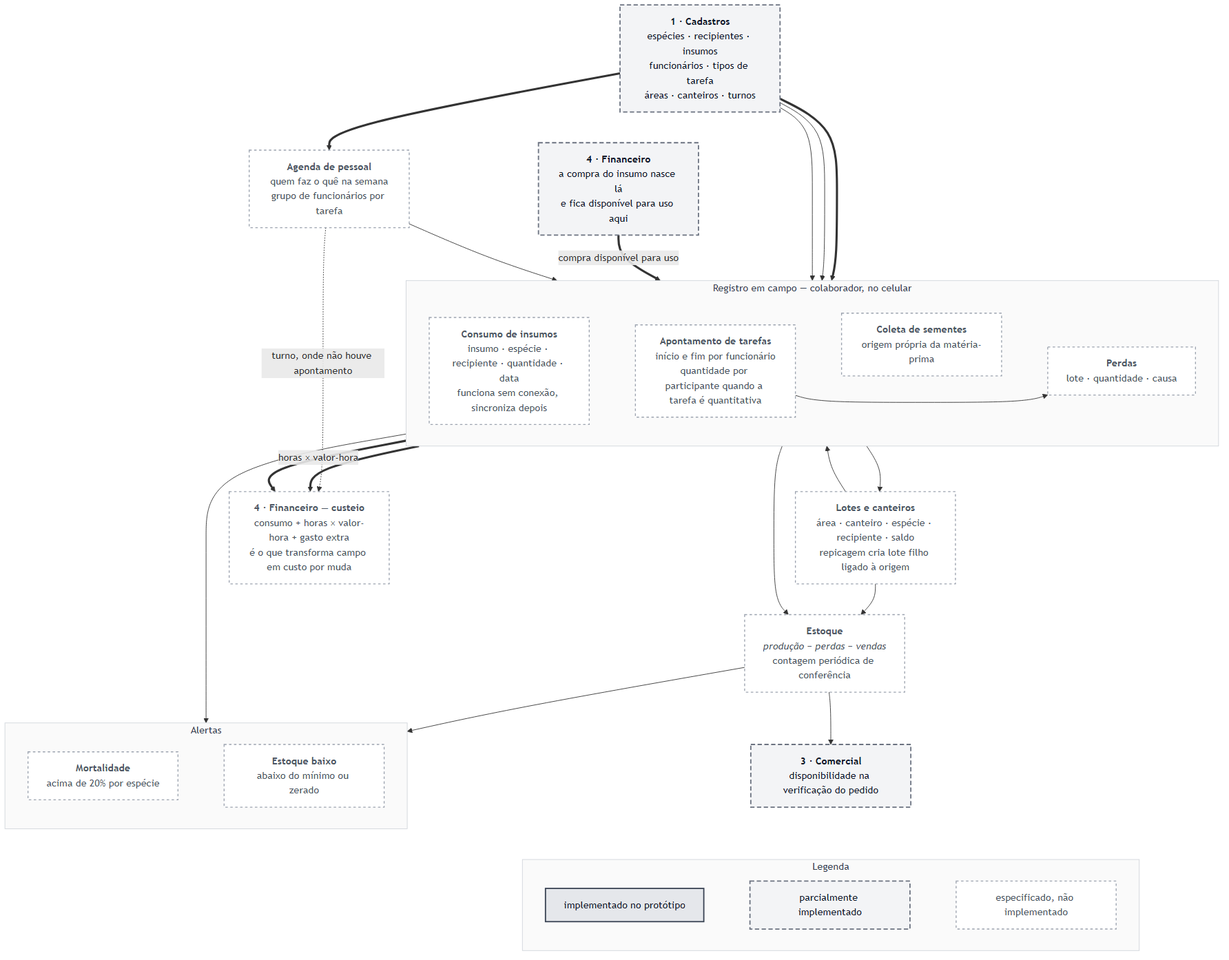
Before: docs/rotinas/img/mapa-2-producao.png, a diagram exported from Mermaid (JoaoMudar/tcc). Its source is kept beside it as docs/rotinas/img/mapa-2-producao.mmd. The source it was exported from:
```mermaid
flowchart TB
  CAD["<b>1 · Cadastros</b><br/>espécies · recipientes · insumos<br/>funcionários · tipos de tarefa<br/>áreas · canteiros · turnos"]
  FIN["<b>4 · Financeiro</b><br/>a compra do insumo nasce lá<br/>e fica disponível para uso aqui"]

  subgraph CAMPO["Registro em campo &mdash; colaborador, no celular"]
    direction LR
    CON["<b>Consumo de insumos</b><br/>insumo · espécie · recipiente · quantidade · data<br/>funciona sem conexão, sincroniza depois"]
    ATV["<b>Apontamento de tarefas</b><br/>início e fim por funcionário<br/>quantidade por participante quando a tarefa é quantitativa"]
    COL["<b>Coleta de sementes</b><br/>origem própria da matéria-prima"]
    PER["<b>Perdas</b><br/>lote · quantidade · causa"]
    CON ~~~ ATV ~~~ COL ~~~ PER
  end

  AGE["<b>Agenda de pessoal</b><br/>quem faz o quê na semana<br/>grupo de funcionários por tarefa"]
  LOT["<b>Lotes e canteiros</b><br/>área · canteiro · espécie · recipiente · saldo<br/>repicagem cria lote filho ligado à origem"]
  EST["<b>Estoque</b><br/><i>produção &minus; perdas &minus; vendas</i><br/>contagem periódica de conferência"]

  subgraph ALE["Alertas"]
    direction LR
    A1["<b>Mortalidade</b><br/>acima de 20% por espécie"]
    A2["<b>Estoque baixo</b><br/>abaixo do mínimo ou zerado"]
    A1 ~~~ A2
  end

  COM["<b>3 · Comercial</b><br/>disponibilidade na verificação do pedido"]
  CUS["<b>4 · Financeiro &mdash; custeio</b><br/>consumo + horas &times; valor-hora + gasto extra<br/>é o que transforma campo em custo por muda"]

  CAD ==> CON
  CAD --> ATV
  CAD --> COL
  CAD ==> AGE
  FIN ==>|"compra disponível para uso"| CON
  AGE --> ATV
  ATV --> LOT
  ATV --> PER
  LOT --> PER
  LOT --> EST
  PER --> EST
  CON ==> CUS
  ATV ==>|"horas &times; valor-hora"| CUS
  AGE -.->|"turno, onde não houve apontamento"| CUS
  PER --> A1
  EST --> A2
  EST --> COM

  subgraph LEG["Legenda"]
    direction LR
    L1["implementado no protótipo"]
    L2["parcialmente implementado"]
    L3["especificado, não implementado"]
    L1 ~~~ L2 ~~~ L3
  end
  COM ~~~ LEG

  classDef ok fill:#dcfce7,stroke:#16a34a,stroke-width:2px,color:#111
  classDef meio fill:#fef3c7,stroke:#d97706,stroke-width:2px,color:#111
  classDef falta fill:#fee2e2,stroke:#dc2626,stroke-width:2px,color:#111
  classDef grupo fill:#f8fafc,stroke:#cbd5e1,stroke-width:1px,color:#334155
  classDef ator fill:#374151,stroke:#111827,stroke-width:2px,color:#f9fafb
  classDef decisao fill:#e2e8f0,stroke:#475569,stroke-width:2px,color:#111

  class L1 ok
  class CAD,FIN,COM,L2 meio
  class CON,COL,ATV,PER,AGE,LOT,EST,A1,A2,CUS,L3 falta
  class CAMPO,ALE,LEG grupo
```
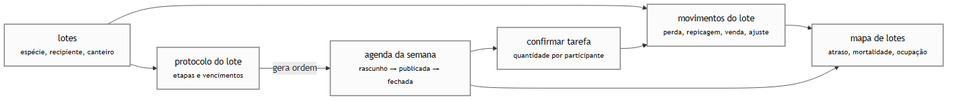
Above is the later version.

What changed in the source:
```diff
@@ -1,65 +1,22 @@
-flowchart TB
-  CAD["<b>1 · Cadastros</b><br/>espécies · recipientes · insumos<br/>funcionários · tipos de tarefa<br/>áreas · canteiros · turnos"]
-  FIN["<b>4 · Financeiro</b><br/>a compra do insumo nasce lá<br/>e fica disponível para uso aqui"]
+flowchart LR
+  AG["agenda da semana<br/><small>rascunho → publicada → fechada</small>"]
+  CF["confirmar tarefa<br/><small>quantidade por participante</small>"]
+  LO["lotes<br/><small>espécie, recipiente, canteiro</small>"]
+  MV["movimentos do lote<br/><small>perda, repicagem, venda, ajuste</small>"]
+  PL["protocolo do lote<br/><small>etapas e vencimentos</small>"]
+  MA["mapa de lotes<br/><small>atraso, mortalidade, ocupação</small>"]
 
-  subgraph CAMPO["Registro em campo &mdash; colaborador, no celular"]
-    direction LR
-    CON["<b>Consumo de insumos</b><br/>insumo · espécie · recipiente · quantidade · data<br/>funciona sem conexão, sincroniza depois"]
-    ATV["<b>Apontamento de tarefas</b><br/>início e fim por funcionário<br/>quantidade por participante quando a tarefa é quantitativa"]
-    COL["<b>Coleta de sementes</b><br/>origem própria da matéria-prima"]
-    PER["<b>Perdas</b><br/>lote · quantidade · causa"]
-    CON ~~~ ATV ~~~ COL ~~~ PER
-  end
-
-  AGE["<b>Agenda de pessoal</b><br/>quem faz o quê na semana<br/>grupo de funcionários por tarefa"]
-  LOT["<b>Lotes e canteiros</b><br/>área · canteiro · espécie · recipiente · saldo<br/>repicagem cria lote filho ligado à origem"]
-  EST["<b>Estoque</b><br/><i>produção &minus; perdas &minus; vendas</i><br/>contagem periódica de conferência"]
-
-  subgraph ALE["Alertas"]
-    direction LR
-    A1["<b>Mortalidade</b><br/>acima de 20% por espécie"]
-    A2["<b>Estoque baixo</b><br/>abaixo do mínimo ou zerado"]
-    A1 ~~~ A2
-  end
-
-  COM["<b>3 · Comercial</b><br/>disponibilidade na verificação do pedido"]
-  CUS["<b>4 · Financeiro &mdash; custeio</b><br/>consumo + horas &times; valor-hora + gasto extra<br/>é o que transforma campo em custo por muda"]
-
-  CAD ==> CON
-  CAD --> ATV
-  CAD --> COL
-  CAD ==> AGE
-  FIN ==>|"compra disponível para uso"| CON
-  AGE --> ATV
-  ATV --> LOT
-  ATV --> PER
-  LOT --> PER
-  LOT --> EST
-  PER --> EST
-  CON ==> CUS
-  ATV ==>|"horas &times; valor-hora"| CUS
-  AGE -.->|"turno, onde não houve apontamento"| CUS
-  PER --> A1
-  EST --> A2
-  EST --> COM
-
-  subgraph LEG["Legenda"]
-    direction LR
-    L1["implementado no protótipo"]
-    L2["parcialmente implementado"]
-    L3["especificado, não implementado"]
-    L1 ~~~ L2 ~~~ L3
-  end
-  COM ~~~ LEG
+  AG --> CF
+  CF --> MV
+  LO --> MV
+  LO --> PL
+  PL -->|"gera ordem"| AG
+  MV --> MA
+  AG --> MA
 
   classDef ok fill:#dcfce7,stroke:#16a34a,stroke-width:2px,color:#111
   classDef meio fill:#fef3c7,stroke:#d97706,stroke-width:2px,color:#111
   classDef falta fill:#fee2e2,stroke:#dc2626,stroke-width:2px,color:#111
   classDef grupo fill:#f8fafc,stroke:#cbd5e1,stroke-width:1px,color:#334155
-  classDef ator fill:#374151,stroke:#111827,stroke-width:2px,color:#f9fafb
-  classDef decisao fill:#e2e8f0,stroke:#475569,stroke-width:2px,color:#111
 
-  class L1 ok
-  class CAD,FIN,COM,L2 meio
-  class CON,COL,ATV,PER,AGE,LOT,EST,A1,A2,CUS,L3 falta
-  class CAMPO,ALE,LEG grupo
+  class AG,CF,LO,MV,PL,MA falta
```
